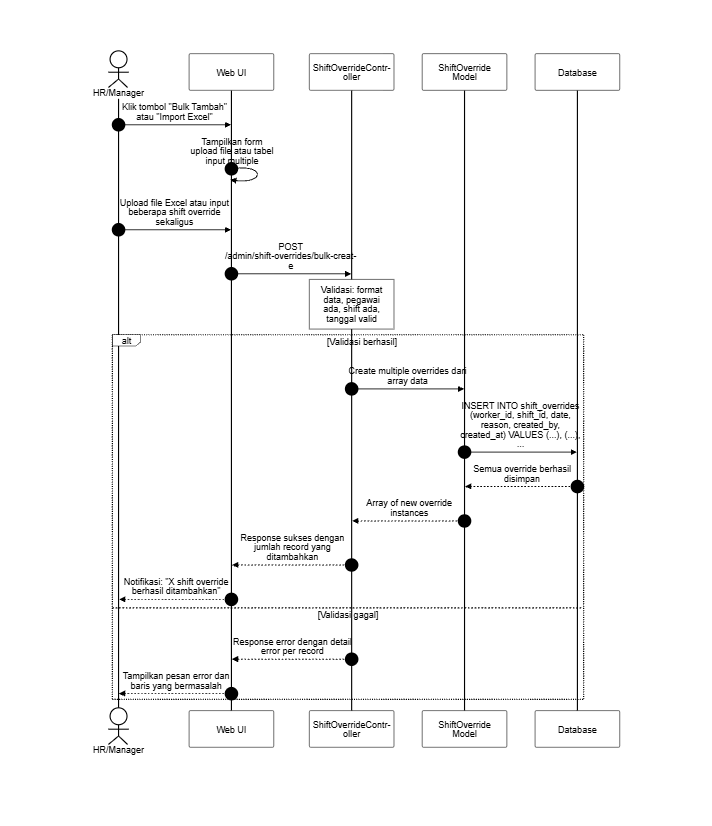
SulaimanHafi23/SimpegRSHDI keeps this Mermaid diagram as docs/SequenceDiagram/PNG_Transparent/KelolaShiftOverride-BuatBulk.png. Above is the earlier version. Its source is kept beside it as docs/SequenceDiagram/KelolaShiftOverride-BuatBulk.mermaid.
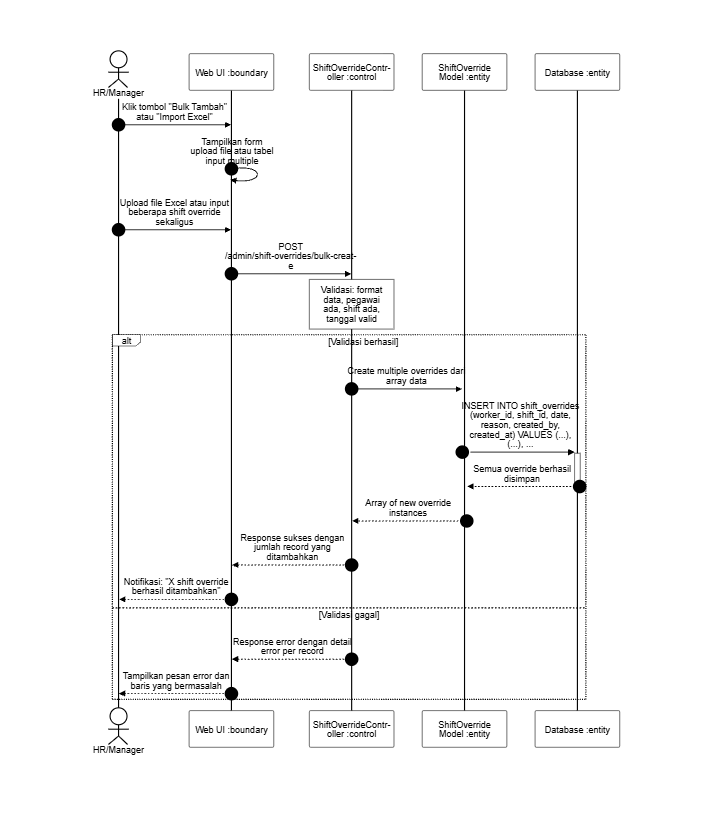
The same diagram one commit later.

The edit, as a diff of the source:
```diff
@@ -6,10 +6,10 @@
 sequenceDiagram
     autonumber
     actor HR as HR/Manager
-    participant UI as Web UI
-    participant C as ShiftOverrideController
-    participant SO as ShiftOverride Model
-    participant DB as Database
+    participant UI as Web UI :boundary
+    participant C as ShiftOverrideController :control
+    participant SO as ShiftOverride Model :entity
+    participant DB as Database :entity
 
     HR->>UI: Klik tombol "Bulk Tambah" atau "Import Excel"
     UI->>UI: Tampilkan form upload file atau tabel input multiple
@@ -17,9 +17,9 @@
     UI->>C: POST /admin/shift-overrides/bulk-create
     note over C: Validasi: format data, pegawai ada, shift ada, tanggal valid
     alt Validasi berhasil
-        C->>SO: Create multiple overrides dari array data
-        SO->>DB: INSERT INTO shift_overrides (worker_id, shift_id, date, reason, created_by, created_at) VALUES (...), (...), ...
-        DB-->>SO: Semua override berhasil disimpan
+        C->>+SO: Create multiple overrides dari array data
+        SO->>+DB: INSERT INTO shift_overrides (worker_id, shift_id, date, reason, created_by, created_at) VALUES (...), (...), ...
+        DB-->>-SO: Semua override berhasil disimpan
         SO-->>C: Array of new override instances
         C-->>UI: Response sukses dengan jumlah record yang ditambahkan
         UI-->>HR: Notifikasi: "X shift override berhasil ditambahkan"
```
